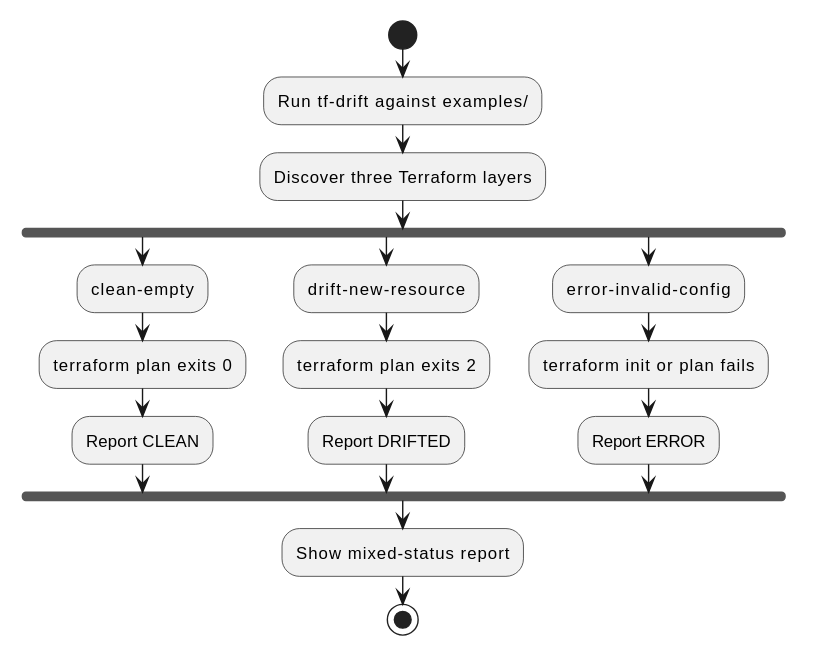
Above: docs/specs/diagrams/2026061720401300/examples-status-flow.svg in brunobrise/tf-drift (PlantUML), before the change.
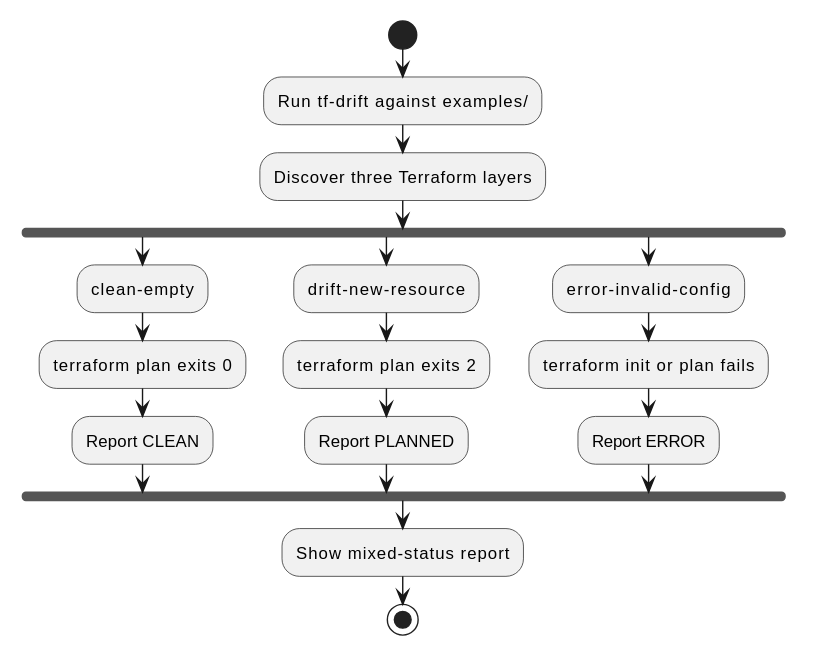
Above is the later version.

Change to the diagram source:
```diff
@@ -12,7 +12,7 @@
 fork again
   :drift-new-resource;
   :terraform plan exits 2;
-  :Report DRIFTED;
+  :Report PLANNED;
 fork again
   :error-invalid-config;
   :terraform init or plan fails;
```
